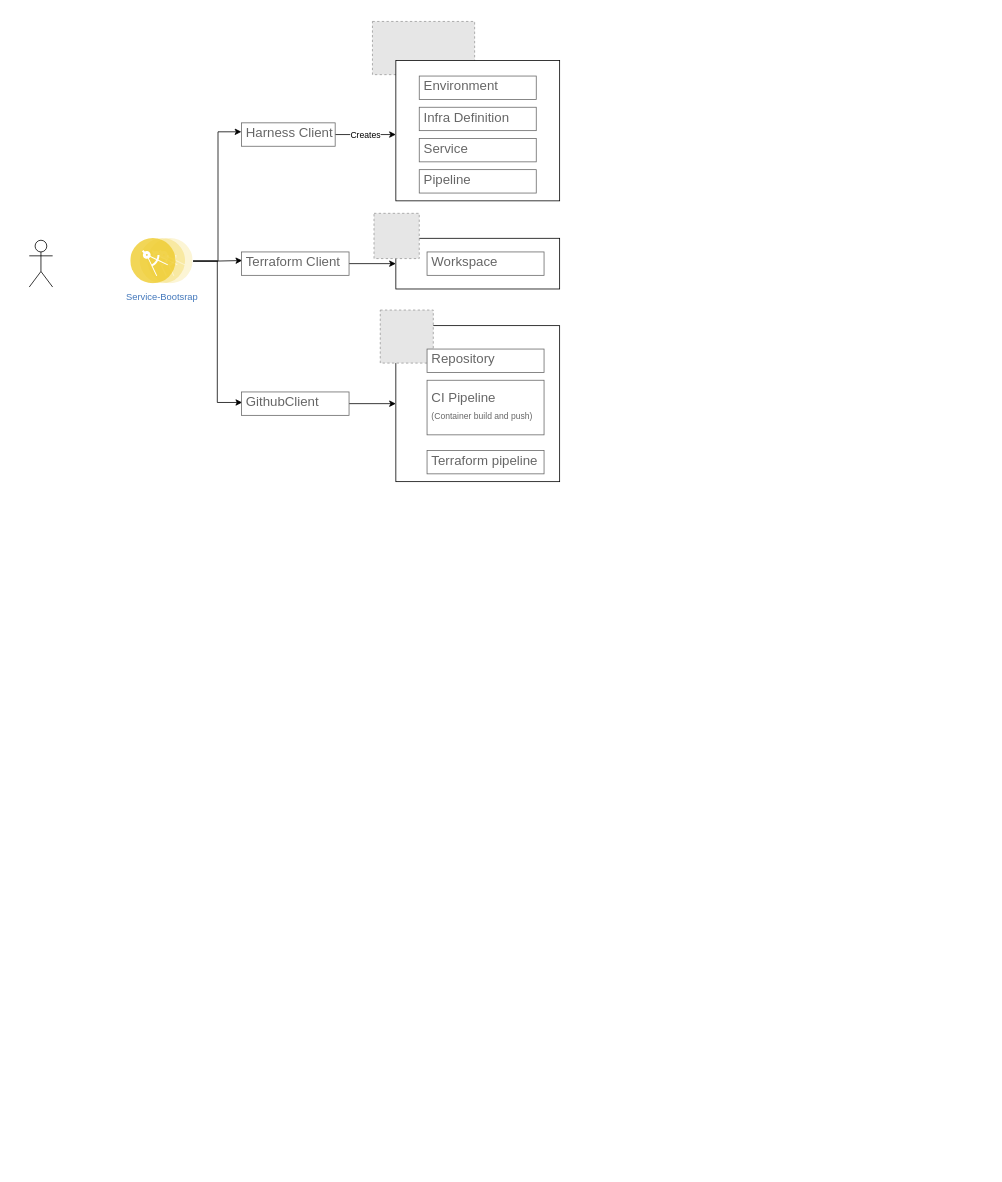
Before: Untitled Diagram.drawio in kshitijchoudha/delete-this-1, a draw.io diagram. Source tidied: cells renumbered, new cells numbered last; positions are measured from the earlier drawing's top-left corner, leaving out a move shared by most shapes. Both pictures are drawn from the tidied source at 78%, with x=0, y=0 at pixel (29, 21). Pictures stored in the file or linked from it are replaced by grey dashed boxes.
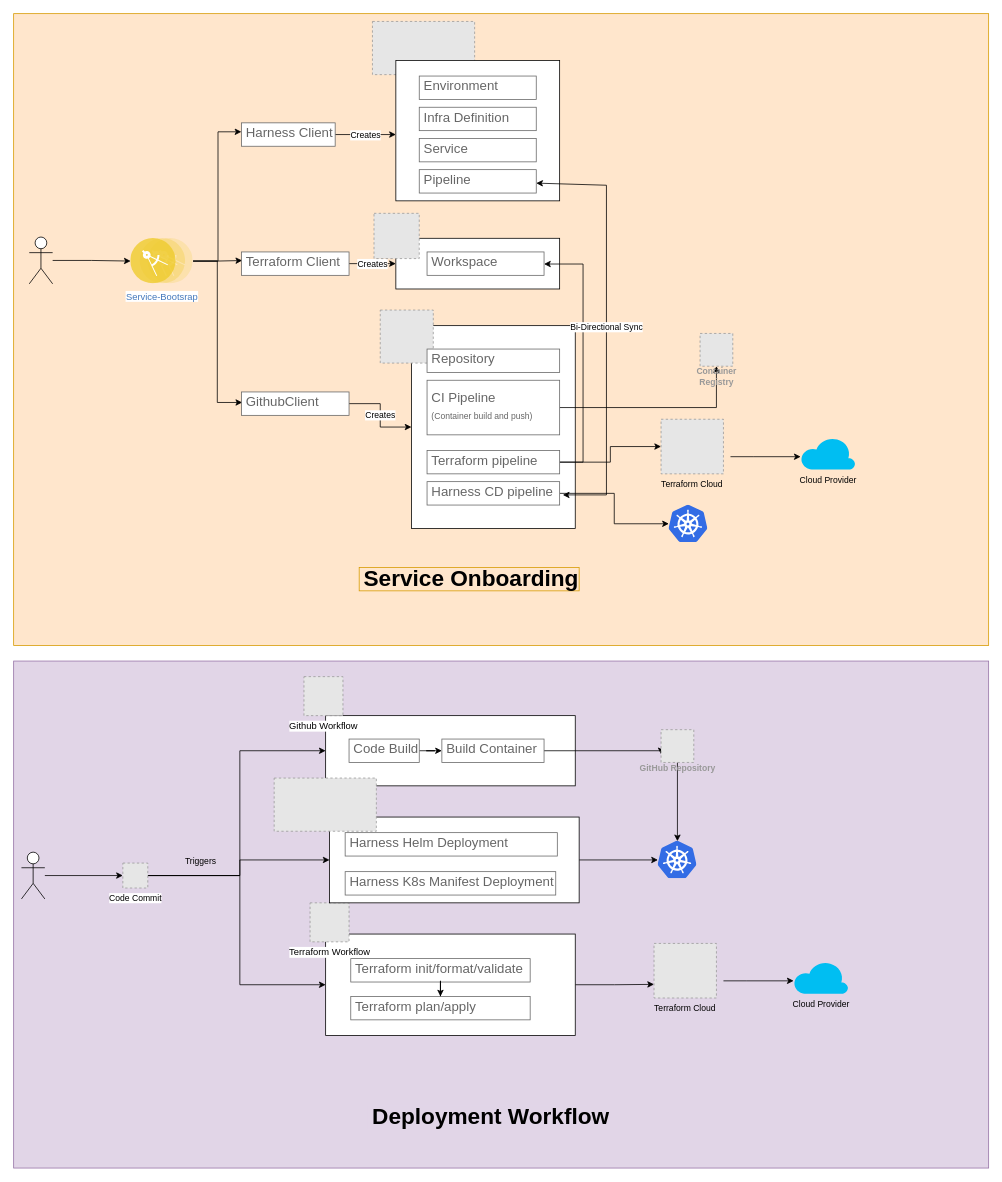
The same page after the edit.

Unchanged cells that the change refers to:
```xml
<mxCell id="4" style="rounded=0;whiteSpace=wrap;html=1;" parent="1" vertex="1">
  <mxGeometry x="470" y="278" width="210" height="65" as="geometry" />
</mxCell>
<mxCell id="10" value="Service-Bootsrap" style="perimeter=ellipsePerimeter;html=1;align=center;shadow=0;dashed=0;fontColor=#4277BB;labelBackgroundColor=#ffffff;fontSize=12;spacingTop=3;image;image=img/lib/ibm/applications/microservice.svg;" parent="1" vertex="1">
  <mxGeometry x="130" y="278" width="80" height="58.4" as="geometry" />
</mxCell>
<mxCell id="16" value="Pipeline" style="strokeWidth=1;shadow=0;dashed=0;align=center;html=1;shape=mxgraph.mockup.text.textBox;fontColor=#666666;align=left;fontSize=17;spacingLeft=4;spacingTop=-3;strokeColor=#666666;mainText=;" parent="1" vertex="1">
  <mxGeometry x="500" y="190" width="150" height="30" as="geometry" />
</mxCell>
<mxCell id="18" value="Terraform Client" style="strokeWidth=1;shadow=0;dashed=0;align=center;html=1;shape=mxgraph.mockup.text.textBox;fontColor=#666666;align=left;fontSize=17;spacingLeft=4;spacingTop=-3;strokeColor=#666666;mainText=;" parent="1" vertex="1">
  <mxGeometry x="272.2" y="295.5" width="137.8" height="30" as="geometry" />
</mxCell>
<mxCell id="20" value="Workspace" style="strokeWidth=1;shadow=0;dashed=0;align=center;html=1;shape=mxgraph.mockup.text.textBox;fontColor=#666666;align=left;fontSize=17;spacingLeft=4;spacingTop=-3;strokeColor=#666666;mainText=;" parent="1" vertex="1">
  <mxGeometry x="510" y="295.5" width="150" height="30" as="geometry" />
</mxCell>
<mxCell id="22" value="GithubClient" style="strokeWidth=1;shadow=0;dashed=0;align=center;html=1;shape=mxgraph.mockup.text.textBox;fontColor=#666666;align=left;fontSize=17;spacingLeft=4;spacingTop=-3;strokeColor=#666666;mainText=;" parent="1" vertex="1">
  <mxGeometry x="272.2" y="475" width="137.8" height="30" as="geometry" />
</mxCell>
```

Diff of the diagram source:
```diff
@@
+    <mxCell id="27" style="rounded=0;whiteSpace=wrap;html=1;fontSize=29;fillColor=#e1d5e7;strokeColor=#9673a6;" parent="1" vertex="1">
+      <mxGeometry x="-20" y="820" width="1250" height="650" as="geometry" />
+    </mxCell>
+    <mxCell id="28" style="rounded=0;whiteSpace=wrap;html=1;fontSize=29;fillColor=#ffe6cc;strokeColor=#d79b00;" parent="1" vertex="1">
+      <mxGeometry x="-20" y="-10" width="1250" height="810" as="geometry" />
+    </mxCell>
@@
     <mxCell id="3" style="rounded=0;whiteSpace=wrap;html=1;" parent="1" vertex="1">
-      <mxGeometry x="470" y="390" width="210" height="200" as="geometry" />
+      <mxGeometry x="490" y="390" width="210" height="260" as="geometry" />
     </mxCell>
@@
+    <mxCell id="29" style="edgeStyle=orthogonalEdgeStyle;rounded=0;jettySize=auto;html=1;entryX=0;entryY=0.5;entryDx=0;entryDy=0;fontSize=11;" parent="1" edge="1" source="6" target="10">
+      <mxGeometry relative="1" as="geometry" />
+    </mxCell>
     <mxCell id="6" style="shape=umlActor;verticalLabelPosition=bottom;verticalAlign=top;html=1;outlineConnect=0;" parent="1" vertex="1">
-      <mxGeometry y="280.5" width="30" height="60" as="geometry" />
+      <mxGeometry y="276.4" width="30" height="60" as="geometry" />
     </mxCell>
@@
-    <mxCell id="17" style="edgeStyle=orthogonalEdgeStyle;rounded=0;jettySize=auto;html=1;entryX=0;entryY=0.5;entryDx=0;entryDy=0;fontSize=11;" parent="1" edge="1" source="18" target="4">
+    <mxCell id="17" value="Creates" style="edgeStyle=orthogonalEdgeStyle;rounded=0;jettySize=auto;html=1;entryX=0;entryY=0.5;entryDx=0;entryDy=0;fontSize=11;" parent="1" edge="1" source="18" target="4">
       <mxGeometry relative="1" as="geometry" />
     </mxCell>
@@
-    <mxCell id="21" style="edgeStyle=orthogonalEdgeStyle;rounded=0;jettySize=auto;html=1;entryX=0;entryY=0.5;entryDx=0;entryDy=0;fontSize=11;" parent="1" edge="1" source="22" target="3">
+    <mxCell id="21" value="Creates" style="edgeStyle=orthogonalEdgeStyle;rounded=0;jettySize=auto;html=1;entryX=0;entryY=0.5;entryDx=0;entryDy=0;fontSize=11;" parent="1" edge="1" source="22" target="3">
       <mxGeometry relative="1" as="geometry" />
     </mxCell>
@@
     <mxCell id="24" value="Repository" style="strokeWidth=1;shadow=0;dashed=0;align=center;html=1;shape=mxgraph.mockup.text.textBox;fontColor=#666666;align=left;fontSize=17;spacingLeft=4;spacingTop=-3;strokeColor=#666666;mainText=;" parent="1" vertex="1">
-      <mxGeometry x="510" y="420" width="150" height="30" as="geometry" />
+      <mxGeometry x="510" y="420" width="170" height="30" as="geometry" />
     </mxCell>
+    <mxCell id="30" style="edgeStyle=orthogonalEdgeStyle;rounded=0;jettySize=auto;html=1;fontSize=11;" parent="1" edge="1" source="25" target="36">
+      <mxGeometry relative="1" as="geometry" />
+    </mxCell>
     <mxCell id="25" value="&lt;font style=&quot;font-size: 17px;&quot;&gt;CI Pipeline&lt;br&gt;&lt;/font&gt;&lt;font style=&quot;font-size: 11px;&quot;&gt;(Container build and push)&lt;/font&gt;" style="strokeWidth=1;shadow=0;dashed=0;align=center;html=1;shape=mxgraph.mockup.text.textBox;fontColor=#666666;align=left;fontSize=17;spacingLeft=4;spacingTop=-3;strokeColor=#666666;mainText=;" parent="1" vertex="1">
-      <mxGeometry x="510" y="460" width="150" height="70" as="geometry" />
+      <mxGeometry x="510" y="460" width="170" height="70" as="geometry" />
     </mxCell>
+    <mxCell id="31" style="edgeStyle=orthogonalEdgeStyle;rounded=0;jettySize=auto;html=1;fontSize=11;" parent="1" edge="1" source="26" target="20">
+      <mxGeometry relative="1" as="geometry">
+        <Array as="points">
+          <mxPoint x="710" y="565" />
+          <mxPoint x="710" y="311" />
+        </Array>
+      </mxGeometry>
+    </mxCell>
+    <mxCell id="32" style="edgeStyle=orthogonalEdgeStyle;rounded=0;jettySize=auto;html=1;entryX=0;entryY=0.5;entryDx=0;entryDy=0;fontSize=11;" parent="1" edge="1" source="26" target="68">
+      <mxGeometry relative="1" as="geometry" />
+    </mxCell>
     <mxCell id="26" value="Terraform pipeline" style="strokeWidth=1;shadow=0;dashed=0;align=center;html=1;shape=mxgraph.mockup.text.textBox;fontColor=#666666;align=left;fontSize=17;spacingLeft=4;spacingTop=-3;strokeColor=#666666;mainText=;" parent="1" vertex="1">
-      <mxGeometry x="510" y="550" width="150" height="30" as="geometry" />
+      <mxGeometry x="510" y="550" width="170" height="30" as="geometry" />
     </mxCell>
+    <mxCell id="33" style="edgeStyle=orthogonalEdgeStyle;rounded=0;jettySize=auto;html=1;fontSize=11;elbow=vertical;" parent="1" edge="1" source="34" target="70">
+      <mxGeometry relative="1" as="geometry" />
+    </mxCell>
+    <mxCell id="34" value="Harness CD pipeline" style="strokeWidth=1;shadow=0;dashed=0;align=center;html=1;shape=mxgraph.mockup.text.textBox;fontColor=#666666;align=left;fontSize=17;spacingLeft=4;spacingTop=-3;strokeColor=#666666;mainText=;" parent="1" vertex="1">
+      <mxGeometry x="510" y="590" width="170" height="30" as="geometry" />
+    </mxCell>
+    <mxCell id="35" value="Bi-Directional Sync" style="endArrow=classic;startArrow=classic;html=1;rounded=0;fontSize=11;exitX=1.024;exitY=0.567;exitDx=0;exitDy=0;exitPerimeter=0;" parent="1" edge="1" source="34" target="16">
+      <mxGeometry relative="1" as="geometry">
+        <Array as="points">
+          <mxPoint x="740" y="607" />
+          <mxPoint x="740" y="210" />
+        </Array>
+      </mxGeometry>
+    </mxCell>
+    <mxCell id="36" value="Container&#10;Registry" style="fillColor=#E6E6E6;strokeColor=#999999;dashed=1;html=1;verticalAlign=top;labelPosition=center;verticalLabelPosition=bottom;align=center;spacingTop=-6;fontSize=11;fontStyle=1;fontColor=#999999;" parent="1" vertex="1">
+      <mxGeometry x="860" y="400" width="42" height="42" as="geometry" />
+    </mxCell>
+    <mxCell id="37" style="edgeStyle=orthogonalEdgeStyle;rounded=0;jettySize=auto;html=1;fontSize=11;" parent="1" edge="1" source="38" target="42">
+      <mxGeometry relative="1" as="geometry" />
+    </mxCell>
+    <mxCell id="38" style="shape=umlActor;verticalLabelPosition=bottom;verticalAlign=top;html=1;outlineConnect=0;" parent="1" vertex="1">
+      <mxGeometry x="-10" y="1065" width="30" height="60" as="geometry" />
+    </mxCell>
+    <mxCell id="39" style="edgeStyle=orthogonalEdgeStyle;rounded=0;jettySize=auto;html=1;entryX=0;entryY=0.5;entryDx=0;entryDy=0;fontSize=11;" parent="1" edge="1" source="42" target="43">
+      <mxGeometry relative="1" as="geometry">
+        <Array as="points">
+          <mxPoint x="270" y="1095" />
+          <mxPoint x="270" y="935" />
+        </Array>
+      </mxGeometry>
+    </mxCell>
+    <mxCell id="40" style="edgeStyle=orthogonalEdgeStyle;rounded=0;jettySize=auto;html=1;fontSize=11;" parent="1" edge="1" source="42" target="61">
+      <mxGeometry relative="1" as="geometry">
+        <Array as="points">
+          <mxPoint x="270" y="1095" />
+          <mxPoint x="270" y="1075" />
+        </Array>
+      </mxGeometry>
+    </mxCell>
+    <mxCell id="41" style="edgeStyle=orthogonalEdgeStyle;rounded=0;jettySize=auto;html=1;entryX=0;entryY=0.5;entryDx=0;entryDy=0;fontSize=11;" parent="1" edge="1" source="42" target="52">
+      <mxGeometry relative="1" as="geometry">
+        <Array as="points">
+          <mxPoint x="270" y="1095" />
+          <mxPoint x="270" y="1235" />
+        </Array>
+      </mxGeometry>
+    </mxCell>
+    <mxCell id="42" value="Code Commit" style="fillColor=#E6E6E6;strokeColor=#999999;dashed=1;html=1;verticalAlign=top;verticalLabelPosition=bottom;labelBackgroundColor=#ffffff;fontSize=11;" parent="1" vertex="1">
+      <mxGeometry x="120" y="1079" width="32" height="32" as="geometry" />
+    </mxCell>
+    <mxCell id="43" style="rounded=0;whiteSpace=wrap;html=1;fontSize=11;" parent="1" vertex="1">
+      <mxGeometry x="380" y="890" width="320" height="90" as="geometry" />
+    </mxCell>
+    <mxCell id="44" style="edgeStyle=orthogonalEdgeStyle;rounded=0;jettySize=auto;html=1;fontSize=11;" parent="1" edge="1" source="45" target="47">
+      <mxGeometry relative="1" as="geometry" />
+    </mxCell>
+    <mxCell id="45" value="Code Build" style="strokeWidth=1;shadow=0;dashed=0;align=center;html=1;shape=mxgraph.mockup.text.textBox;fontColor=#666666;align=left;fontSize=17;spacingLeft=4;spacingTop=-3;strokeColor=#666666;mainText=;" parent="1" vertex="1">
+      <mxGeometry x="410" y="920" width="90" height="30" as="geometry" />
+    </mxCell>
+    <mxCell id="46" style="edgeStyle=orthogonalEdgeStyle;rounded=0;jettySize=auto;html=1;entryX=0;entryY=0.75;entryDx=0;entryDy=0;fontSize=11;" parent="1" edge="1" source="47" target="49">
+      <mxGeometry relative="1" as="geometry">
+        <Array as="points">
+          <mxPoint x="810" y="935" />
+        </Array>
+      </mxGeometry>
+    </mxCell>
+    <mxCell id="47" value="Build Container" style="strokeWidth=1;shadow=0;dashed=0;align=center;html=1;shape=mxgraph.mockup.text.textBox;fontColor=#666666;align=left;fontSize=17;spacingLeft=4;spacingTop=-3;strokeColor=#666666;mainText=;" parent="1" vertex="1">
+      <mxGeometry x="529" y="920" width="131" height="30" as="geometry" />
+    </mxCell>
+    <mxCell id="48" style="edgeStyle=orthogonalEdgeStyle;rounded=0;jettySize=auto;html=1;fontSize=11;" parent="1" edge="1" source="49" target="66">
+      <mxGeometry relative="1" as="geometry" />
+    </mxCell>
+    <mxCell id="49" value="GitHub Repository&lt;br&gt;" style="fillColor=#E6E6E6;strokeColor=#999999;dashed=1;html=1;verticalAlign=top;labelPosition=center;verticalLabelPosition=bottom;align=center;spacingTop=-6;fontSize=11;fontStyle=1;fontColor=#999999;" parent="1" vertex="1">
+      <mxGeometry x="810" y="908" width="42" height="42" as="geometry" />
+    </mxCell>
+    <mxCell id="50" value="Github Workflow" style="fillColor=#E6E6E6;strokeColor=#999999;dashed=1;html=1;verticalAlign=top;verticalLabelPosition=bottom;labelBackgroundColor=#ffffff;" parent="1" vertex="1">
+      <mxGeometry x="352.2" y="840" width="50" height="50" as="geometry" />
+    </mxCell>
+    <mxCell id="51" style="edgeStyle=orthogonalEdgeStyle;rounded=0;jettySize=auto;html=1;entryX=0;entryY=0.75;entryDx=0;entryDy=0;fontSize=11;" parent="1" edge="1" source="52" target="58">
+      <mxGeometry relative="1" as="geometry" />
+    </mxCell>
+    <mxCell id="52" style="rounded=0;whiteSpace=wrap;html=1;fontSize=11;" parent="1" vertex="1">
+      <mxGeometry x="380" y="1170" width="320" height="130" as="geometry" />
+    </mxCell>
+    <mxCell id="53" value="Terraform init/format/validate" style="strokeWidth=1;shadow=0;dashed=0;align=center;html=1;shape=mxgraph.mockup.text.textBox;fontColor=#666666;align=left;fontSize=17;spacingLeft=4;spacingTop=-3;strokeColor=#666666;mainText=;" parent="1" vertex="1">
+      <mxGeometry x="412.2" y="1201.5" width="230" height="30" as="geometry" />
+    </mxCell>
+    <mxCell id="54" value="Terraform Workflow" style="fillColor=#E6E6E6;strokeColor=#999999;dashed=1;html=1;verticalAlign=top;verticalLabelPosition=bottom;labelBackgroundColor=#ffffff;" parent="1" vertex="1">
+      <mxGeometry x="360" y="1130" width="50" height="50" as="geometry" />
+    </mxCell>
+    <mxCell id="55" style="edgeStyle=orthogonalEdgeStyle;rounded=0;jettySize=auto;html=1;fontSize=11;" parent="1" edge="1" source="53" target="56">
+      <mxGeometry relative="1" as="geometry" />
+    </mxCell>
+    <mxCell id="56" value="Terraform plan/apply" style="strokeWidth=1;shadow=0;dashed=0;align=center;html=1;shape=mxgraph.mockup.text.textBox;fontColor=#666666;align=left;fontSize=17;spacingLeft=4;spacingTop=-3;strokeColor=#666666;mainText=;" parent="1" vertex="1">
+      <mxGeometry x="412.2" y="1250" width="230" height="30" as="geometry" />
+    </mxCell>
+    <mxCell id="57" style="edgeStyle=orthogonalEdgeStyle;rounded=0;jettySize=auto;html=1;fontSize=11;" parent="1" edge="1" target="59">
+      <mxGeometry relative="1" as="geometry">
+        <mxPoint x="890" y="1230" as="sourcePoint" />
+        <Array as="points">
+          <mxPoint x="920" y="1230" />
+          <mxPoint x="920" y="1230" />
+        </Array>
+      </mxGeometry>
+    </mxCell>
+    <mxCell id="58" value="Terraform Cloud" style="fillColor=#E6E6E6;strokeColor=#999999;dashed=1;verticalLabelPosition=bottom;verticalAlign=top;fontSize=11;" parent="1" vertex="1">
+      <mxGeometry x="801" y="1182" width="80" height="70" as="geometry" />
+    </mxCell>
+    <mxCell id="59" value="Cloud Provider" style="verticalLabelPosition=bottom;html=1;verticalAlign=top;align=center;strokeColor=none;fillColor=#00BEF2;shape=mxgraph.azure.cloud;fontSize=11;" parent="1" vertex="1">
+      <mxGeometry x="980" y="1205" width="70" height="41.5" as="geometry" />
+    </mxCell>
+    <mxCell id="60" style="edgeStyle=orthogonalEdgeStyle;rounded=0;jettySize=auto;html=1;fontSize=11;" parent="1" edge="1" source="61" target="66">
+      <mxGeometry relative="1" as="geometry" />
+    </mxCell>
+    <mxCell id="61" style="rounded=0;whiteSpace=wrap;html=1;fontSize=11;" parent="1" vertex="1">
+      <mxGeometry x="385" y="1020" width="320" height="110" as="geometry" />
+    </mxCell>
+    <mxCell id="62" value="Harness Helm Deployment" style="strokeWidth=1;shadow=0;dashed=0;align=center;html=1;shape=mxgraph.mockup.text.textBox;fontColor=#666666;align=left;fontSize=17;spacingLeft=4;spacingTop=-3;strokeColor=#666666;mainText=;" parent="1" vertex="1">
+      <mxGeometry x="405" y="1040" width="272" height="30" as="geometry" />
+    </mxCell>
+    <mxCell id="63" value="Harness K8s Manifest Deployment&amp;nbsp;" style="strokeWidth=1;shadow=0;dashed=0;align=center;html=1;shape=mxgraph.mockup.text.textBox;fontColor=#666666;align=left;fontSize=17;spacingLeft=4;spacingTop=-3;strokeColor=#666666;mainText=;" parent="1" vertex="1">
+      <mxGeometry x="405" y="1090" width="270" height="30" as="geometry" />
+    </mxCell>
+    <mxCell id="64" style="fillColor=#E6E6E6;strokeColor=#999999;dashed=1;verticalLabelPosition=bottom;verticalAlign=top;" parent="1" vertex="1">
+      <mxGeometry x="314" y="970" width="131" height="68.2" as="geometry" />
+    </mxCell>
+    <mxCell id="65" value="Triggers" style="text;html=1;strokeColor=none;fillColor=none;align=center;verticalAlign=middle;whiteSpace=wrap;rounded=0;fontSize=11;" parent="1" vertex="1">
+      <mxGeometry x="190" y="1062" width="60" height="30" as="geometry" />
+    </mxCell>
+    <mxCell id="66" style="sketch=0;html=1;points=[];align=center;image;fontSize=12;image=img/lib/mscae/Kubernetes.svg;" parent="1" vertex="1">
+      <mxGeometry x="806" y="1051" width="50" height="48" as="geometry" />
+    </mxCell>
+    <mxCell id="67" style="edgeStyle=orthogonalEdgeStyle;rounded=0;jettySize=auto;html=1;fontSize=11;" parent="1" edge="1" target="69">
+      <mxGeometry relative="1" as="geometry">
+        <mxPoint x="899" y="558" as="sourcePoint" />
+        <Array as="points">
+          <mxPoint x="929" y="558" />
+          <mxPoint x="929" y="558" />
+        </Array>
+      </mxGeometry>
+    </mxCell>
+    <mxCell id="68" value="Terraform Cloud" style="fillColor=#E6E6E6;strokeColor=#999999;dashed=1;verticalLabelPosition=bottom;verticalAlign=top;fontSize=11;" parent="1" vertex="1">
+      <mxGeometry x="810" y="510" width="80" height="70" as="geometry" />
+    </mxCell>
+    <mxCell id="69" value="Cloud Provider" style="verticalLabelPosition=bottom;html=1;verticalAlign=top;align=center;strokeColor=none;fillColor=#00BEF2;shape=mxgraph.azure.cloud;fontSize=11;" parent="1" vertex="1">
+      <mxGeometry x="989" y="533" width="70" height="41.5" as="geometry" />
+    </mxCell>
+    <mxCell id="70" style="sketch=0;html=1;points=[];align=center;image;fontSize=12;image=img/lib/mscae/Kubernetes.svg;" parent="1" vertex="1">
+      <mxGeometry x="820" y="620" width="50" height="48" as="geometry" />
+    </mxCell>
+    <mxCell id="71" value="&lt;b&gt;&lt;font style=&quot;font-size: 29px;&quot;&gt;Service Onboarding&lt;/font&gt;&lt;/b&gt;" style="strokeWidth=1;shadow=0;dashed=0;align=center;html=1;shape=mxgraph.mockup.text.textBox;align=left;fontSize=17;spacingLeft=4;spacingTop=-3;strokeColor=#d79b00;mainText=;fillColor=#ffe6cc;" parent="1" vertex="1">
+      <mxGeometry x="423" y="700" width="282" height="30" as="geometry" />
+    </mxCell>
+    <mxCell id="72" value="&lt;b&gt;&lt;font style=&quot;font-size: 29px;&quot;&gt;Deployment Workflow&lt;/font&gt;&lt;/b&gt;" style="strokeWidth=1;shadow=0;dashed=0;align=center;html=1;shape=mxgraph.mockup.text.textBox;align=left;fontSize=17;spacingLeft=4;spacingTop=-3;strokeColor=none;mainText=;fillColor=#e1d5e7;" parent="1" vertex="1">
+      <mxGeometry x="434" y="1390" width="282" height="30" as="geometry" />
+    </mxCell>
```
